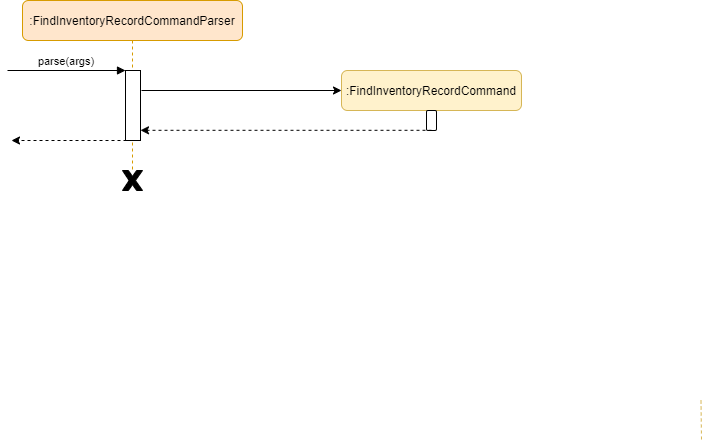
nus-cs2103-AY2021S1/tp keeps this draw.io diagram as docs/images/FindInventoryRecordSequenceDiagram.png. Above is the earlier version. Source tidied: cells renumbered, new cells last; positions are measured from the earlier drawing's top-left corner, leaving out a move shared by most shapes.
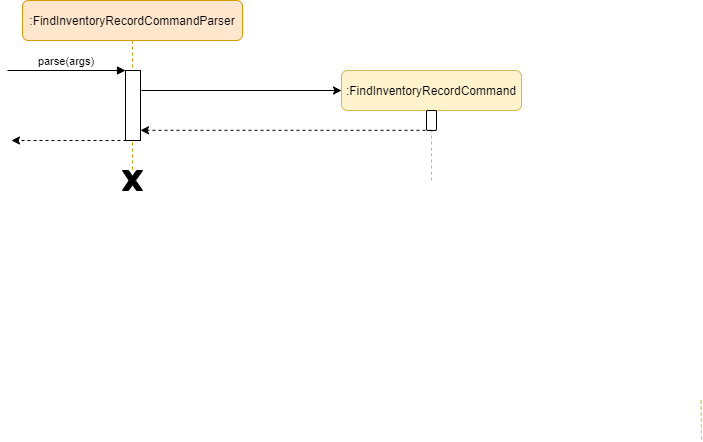
After the change.

What changed in the source:
```diff
@@ -2,6 +2,11 @@
   <root>
     <mxCell id="0" />
     <mxCell id="1" parent="0" />
+    <mxCell id="13" style="endArrow=none;dashed=1;html=1;entryX=0.5;entryY=1;entryDx=0;entryDy=0;fillColor=#fff2cc;strokeColor=#d6b656;" parent="1" edge="1" target="6">
+      <mxGeometry relative="1" as="geometry">
+        <mxPoint x="424" y="180" as="sourcePoint" />
+      </mxGeometry>
+    </mxCell>
     <mxCell id="2" value=":FindInventoryRecordCommandParser" style="shape=umlLifeline;perimeter=lifelinePerimeter;rounded=1;shadow=0;strokeWidth=1;fillColor=#ffe6cc;strokeColor=#d79b00;" parent="1" vertex="1">
       <mxGeometry x="15" width="220" height="170" as="geometry" />
     </mxCell>
```
